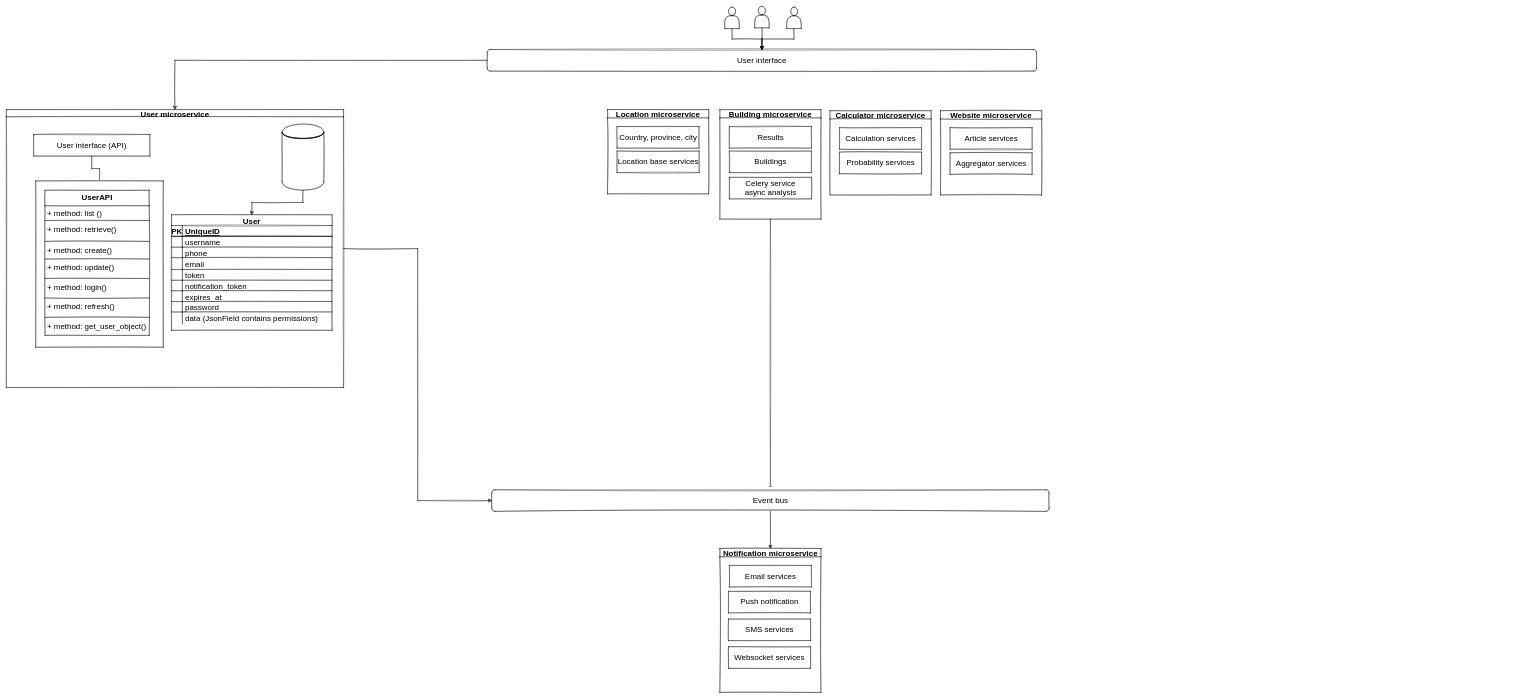
Earlier version of the draw.io diagram mita.drawio (sadeghesfahani/Blogify). Source tidied: cells renumbered, new cells numbered last; positions are measured from the earlier drawing's top-left corner, leaving out a move shared by most shapes. Both pictures are drawn from the tidied source at 36%, with x=0, y=0 at pixel (6, 6).
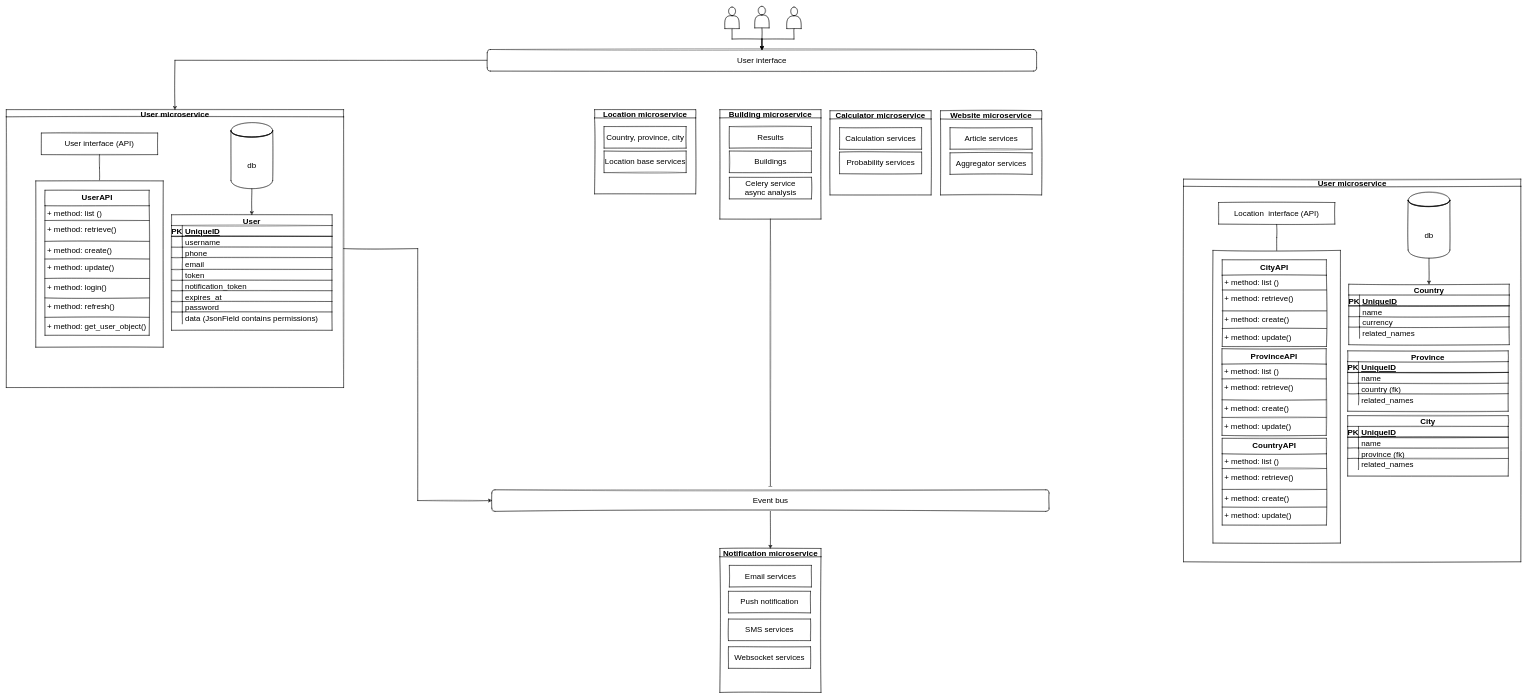
The same page after the edit.

The change refers to these unchanged cells:
```xml
<mxCell id="32" value="User microservice" style="swimlane;startSize=20;horizontal=1;containerType=tree;newEdgeStyle={&quot;edgeStyle&quot;:&quot;elbowEdgeStyle&quot;,&quot;startArrow&quot;:&quot;none&quot;,&quot;endArrow&quot;:&quot;none&quot;};glass=0;sketch=1;fontSize=22;" parent="1" vertex="1">
  <mxGeometry y="287" width="937" height="772" as="geometry" />
</mxCell>
```

Change to the diagram source:
```diff
@@
     <mxCell id="10" value="Location microservice" style="swimlane;sketch=1;fontSize=22;" parent="1" vertex="1">
-      <mxGeometry x="1670" y="287" width="281" height="234" as="geometry" />
+      <mxGeometry x="1634" y="287" width="281" height="234" as="geometry" />
     </mxCell>
@@
     <mxCell id="34" value="User interface (API)" style="whiteSpace=wrap;html=1;align=center;newEdgeStyle={&quot;edgeStyle&quot;:&quot;elbowEdgeStyle&quot;,&quot;startArrow&quot;:&quot;none&quot;,&quot;endArrow&quot;:&quot;none&quot;};glass=0;sketch=1;fontSize=22;" parent="32" vertex="1">
-      <mxGeometry x="76" y="69" width="323" height="60" as="geometry" />
+      <mxGeometry x="97.4" y="65" width="323" height="60" as="geometry" />
     </mxCell>
@@
-    <mxCell id="64" style="shape=datastore;whiteSpace=wrap;html=1;shadow=0;glass=0;sketch=1;fontSize=22;" parent="32" vertex="1">
-      <mxGeometry x="766" y="40" width="116" height="184" as="geometry" />
+    <mxCell id="64" value="db" style="shape=datastore;whiteSpace=wrap;html=1;shadow=0;glass=0;sketch=1;fontSize=22;" parent="32" vertex="1">
+      <mxGeometry x="624" y="36" width="116" height="184" as="geometry" />
     </mxCell>
@@
+    <mxCell id="81" value="User microservice" style="swimlane;startSize=20;horizontal=1;containerType=tree;newEdgeStyle={&quot;edgeStyle&quot;:&quot;elbowEdgeStyle&quot;,&quot;startArrow&quot;:&quot;none&quot;,&quot;endArrow&quot;:&quot;none&quot;};glass=0;sketch=1;fontSize=22;" parent="1" vertex="1">
+      <mxGeometry x="3270" y="480" width="937" height="1063" as="geometry" />
+    </mxCell>
+    <mxCell id="82" style="edgeStyle=elbowEdgeStyle;elbow=vertical;startArrow=none;endArrow=none;rounded=0;sketch=1;fontSize=22;" parent="81" edge="1" source="83" target="84">
+      <mxGeometry relative="1" as="geometry" />
+    </mxCell>
+    <mxCell id="83" value="Location&amp;nbsp; interface (API)" style="whiteSpace=wrap;html=1;align=center;newEdgeStyle={&quot;edgeStyle&quot;:&quot;elbowEdgeStyle&quot;,&quot;startArrow&quot;:&quot;none&quot;,&quot;endArrow&quot;:&quot;none&quot;};glass=0;sketch=1;fontSize=22;" parent="81" vertex="1">
+      <mxGeometry x="97.4" y="65" width="323" height="60" as="geometry" />
+    </mxCell>
+    <mxCell id="84" style="whiteSpace=wrap;html=1;align=center;verticalAlign=middle;newEdgeStyle={&quot;edgeStyle&quot;:&quot;elbowEdgeStyle&quot;,&quot;startArrow&quot;:&quot;none&quot;,&quot;endArrow&quot;:&quot;none&quot;};glass=0;sketch=1;fontSize=22;" parent="81" vertex="1">
+      <mxGeometry x="81.8" y="198" width="354.2" height="813" as="geometry" />
+    </mxCell>
+    <mxCell id="85" value="Country" style="shape=table;startSize=30;childLayout=tableLayout;rowLines=5;fontStyle=1;align=center;glass=0;sketch=1;fontSize=22;flipV=0;flipH=0;" parent="81" vertex="1">
+      <mxGeometry x="459" y="292" width="446" height="167.9" as="geometry" />
+    </mxCell>
+    <mxCell id="86" style="shape=tableRow;horizontal=0;startSize=0;swimlaneHead=0;swimlaneBody=0;fillColor=none;top=0;left=0;right=0;bottom=1;glass=0;sketch=1;fontSize=22;" parent="85" vertex="1">
+      <mxGeometry y="30" width="446" height="30" as="geometry" />
+    </mxCell>
+    <mxCell id="87" value="PK" style="shape=partialRectangle;fillColor=none;top=0;left=0;bottom=0;right=0;fontStyle=1;overflow=hidden;glass=0;sketch=1;fontSize=22;" parent="86" vertex="1">
+      <mxGeometry width="30" height="30" as="geometry" />
+    </mxCell>
+    <mxCell id="88" value="UniqueID" style="shape=partialRectangle;fillColor=none;top=0;left=0;bottom=0;right=0;align=left;spacingLeft=6;fontStyle=5;overflow=hidden;glass=0;sketch=1;fontSize=22;" parent="86" vertex="1">
+      <mxGeometry x="30" width="416" height="30" as="geometry" />
+    </mxCell>
+    <mxCell id="89" style="shape=tableRow;horizontal=0;startSize=0;swimlaneHead=0;swimlaneBody=0;fillColor=none;top=0;left=0;right=0;bottom=0;glass=0;sketch=1;fontSize=22;" parent="85" vertex="1">
+      <mxGeometry y="60" width="446" height="30" as="geometry" />
+    </mxCell>
+    <mxCell id="90" style="shape=partialRectangle;fillColor=none;top=0;left=0;bottom=0;right=0;overflow=hidden;glass=0;sketch=1;fontSize=22;" parent="89" vertex="1">
+      <mxGeometry width="30" height="30" as="geometry" />
+    </mxCell>
+    <mxCell id="91" value="name" style="shape=partialRectangle;fillColor=none;top=0;left=0;bottom=0;right=0;align=left;spacingLeft=6;overflow=hidden;glass=0;sketch=1;fontSize=22;" parent="89" vertex="1">
+      <mxGeometry x="30" width="416" height="30" as="geometry" />
+    </mxCell>
+    <mxCell id="92" style="shape=tableRow;horizontal=0;startSize=0;swimlaneHead=0;swimlaneBody=0;fillColor=none;top=0;left=0;right=0;bottom=0;glass=0;sketch=1;fontSize=22;" parent="85" vertex="1">
+      <mxGeometry y="90" width="446" height="29" as="geometry" />
+    </mxCell>
+    <mxCell id="93" style="shape=partialRectangle;fillColor=none;top=0;left=0;bottom=0;right=0;overflow=hidden;glass=0;sketch=1;fontSize=22;" parent="92" vertex="1">
+      <mxGeometry width="30" height="29" as="geometry" />
+    </mxCell>
+    <mxCell id="94" value="currency" style="shape=partialRectangle;fillColor=none;top=0;left=0;bottom=0;right=0;align=left;spacingLeft=6;overflow=hidden;glass=0;sketch=1;fontSize=22;shadow=0;" parent="92" vertex="1">
+      <mxGeometry x="30" width="416" height="29" as="geometry" />
+    </mxCell>
+    <mxCell id="95" style="shape=tableRow;horizontal=0;startSize=0;swimlaneHead=0;swimlaneBody=0;fillColor=none;top=0;left=0;right=0;bottom=0;glass=0;sketch=1;fontSize=22;" parent="85" vertex="1">
+      <mxGeometry y="119" width="446" height="31" as="geometry" />
+    </mxCell>
+    <mxCell id="96" value="&#10;&#10;&#10;" style="shape=partialRectangle;fillColor=none;top=0;left=0;bottom=0;right=0;overflow=hidden;glass=0;sketch=1;fontSize=22;" parent="95" vertex="1">
+      <mxGeometry width="30" height="31" as="geometry" />
+    </mxCell>
+    <mxCell id="97" value="related_names" style="shape=partialRectangle;fillColor=none;top=0;left=0;bottom=0;right=0;align=left;spacingLeft=6;overflow=hidden;glass=0;sketch=1;fontSize=22;" parent="95" vertex="1">
+      <mxGeometry x="30" width="416" height="31" as="geometry" />
+    </mxCell>
+    <mxCell id="98" value="db" style="shape=datastore;whiteSpace=wrap;html=1;shadow=0;glass=0;sketch=1;fontSize=22;" parent="81" vertex="1">
+      <mxGeometry x="624" y="36" width="116" height="184" as="geometry" />
+    </mxCell>
+    <mxCell id="99" value="CityAPI" style="swimlane;fontStyle=1;align=center;verticalAlign=top;horizontal=1;startSize=43;shadow=0;glass=0;sketch=1;fontSize=22;html=0;" parent="81" vertex="1">
+      <mxGeometry x="107.5" y="224" width="289.5" height="241" as="geometry" />
+    </mxCell>
+    <mxCell id="100" value="+ method: list ()" style="text;strokeColor=none;fillColor=none;align=left;verticalAlign=top;spacingLeft=4;spacingRight=4;overflow=hidden;points=[[0,0.5],[1,0.5]];portConstraint=eastwest;shadow=0;glass=0;sketch=1;fontSize=22;html=0;" parent="99" vertex="1">
+      <mxGeometry y="43" width="289.5" height="37" as="geometry" />
+    </mxCell>
+    <mxCell id="101" style="line;strokeWidth=1;fillColor=none;align=left;verticalAlign=middle;spacingTop=-1;spacingLeft=3;spacingRight=3;labelPosition=right;shadow=0;glass=0;sketch=1;fontSize=22;html=0;" parent="99" vertex="1">
+      <mxGeometry y="80" width="289.5" height="8" as="geometry" />
+    </mxCell>
+    <mxCell id="102" value="+ method: retrieve()" style="text;strokeColor=none;fillColor=none;align=left;verticalAlign=top;spacingLeft=4;spacingRight=4;overflow=hidden;shadow=0;glass=0;sketch=1;fontSize=22;html=0;" parent="99" vertex="1">
+      <mxGeometry y="88" width="289.5" height="50" as="geometry" />
+    </mxCell>
+    <mxCell id="103" style="line;strokeWidth=1;fillColor=none;align=left;verticalAlign=middle;spacingTop=-1;spacingLeft=3;spacingRight=3;labelPosition=right;shadow=0;glass=0;sketch=1;fontSize=22;html=0;" parent="99" vertex="1">
+      <mxGeometry y="138" width="289.5" height="8" as="geometry" />
+    </mxCell>
+    <mxCell id="104" value="+ method: create()" style="text;strokeColor=none;fillColor=none;align=left;verticalAlign=top;spacingLeft=4;spacingRight=4;overflow=hidden;shadow=0;glass=0;sketch=1;fontSize=22;html=0;" parent="99" vertex="1">
+      <mxGeometry y="146" width="289.5" height="41" as="geometry" />
+    </mxCell>
+    <mxCell id="105" style="line;strokeWidth=1;fillColor=none;align=left;verticalAlign=middle;spacingTop=-1;spacingLeft=3;spacingRight=3;labelPosition=right;shadow=0;glass=0;sketch=1;fontSize=22;html=0;" parent="99" vertex="1">
+      <mxGeometry y="187" width="289.5" height="8" as="geometry" />
+    </mxCell>
+    <mxCell id="106" value="+ method: update()" style="text;strokeColor=none;fillColor=none;align=left;verticalAlign=top;spacingLeft=4;spacingRight=4;overflow=hidden;shadow=0;glass=0;sketch=1;fontSize=22;html=0;" parent="99" vertex="1">
+      <mxGeometry y="195" width="289.5" height="46" as="geometry" />
+    </mxCell>
+    <mxCell id="107" style="edgeStyle=orthogonalEdgeStyle;rounded=0;sketch=1;orthogonalLoop=1;jettySize=auto;html=1;exitX=1;exitY=0.5;exitDx=0;exitDy=0;fontSize=22;" parent="99" edge="1" source="100" target="100">
+      <mxGeometry relative="1" as="geometry" />
+    </mxCell>
+    <mxCell id="108" style="edgeStyle=orthogonalEdgeStyle;rounded=0;sketch=1;jettySize=auto;html=1;fontSize=22;entryX=0.5;entryY=0;entryDx=0;entryDy=0;" parent="81" edge="1" source="98" target="85">
+      <mxGeometry relative="1" as="geometry" />
+    </mxCell>
+    <mxCell id="109" value="CountryAPI" style="swimlane;fontStyle=1;align=center;verticalAlign=top;horizontal=1;startSize=43;shadow=0;glass=0;sketch=1;fontSize=22;html=0;" parent="81" vertex="1">
+      <mxGeometry x="107.5" y="720" width="289.5" height="241" as="geometry" />
+    </mxCell>
+    <mxCell id="110" value="+ method: list ()" style="text;strokeColor=none;fillColor=none;align=left;verticalAlign=top;spacingLeft=4;spacingRight=4;overflow=hidden;points=[[0,0.5],[1,0.5]];portConstraint=eastwest;shadow=0;glass=0;sketch=1;fontSize=22;html=0;" parent="109" vertex="1">
+      <mxGeometry y="43" width="289.5" height="37" as="geometry" />
+    </mxCell>
+    <mxCell id="111" style="line;strokeWidth=1;fillColor=none;align=left;verticalAlign=middle;spacingTop=-1;spacingLeft=3;spacingRight=3;labelPosition=right;shadow=0;glass=0;sketch=1;fontSize=22;html=0;" parent="109" vertex="1">
+      <mxGeometry y="80" width="289.5" height="8" as="geometry" />
+    </mxCell>
+    <mxCell id="112" value="+ method: retrieve()" style="text;strokeColor=none;fillColor=none;align=left;verticalAlign=top;spacingLeft=4;spacingRight=4;overflow=hidden;shadow=0;glass=0;sketch=1;fontSize=22;html=0;" parent="109" vertex="1">
+      <mxGeometry y="88" width="289.5" height="50" as="geometry" />
+    </mxCell>
+    <mxCell id="113" style="line;strokeWidth=1;fillColor=none;align=left;verticalAlign=middle;spacingTop=-1;spacingLeft=3;spacingRight=3;labelPosition=right;shadow=0;glass=0;sketch=1;fontSize=22;html=0;" parent="109" vertex="1">
+      <mxGeometry y="138" width="289.5" height="8" as="geometry" />
+    </mxCell>
+    <mxCell id="114" value="+ method: create()" style="text;strokeColor=none;fillColor=none;align=left;verticalAlign=top;spacingLeft=4;spacingRight=4;overflow=hidden;shadow=0;glass=0;sketch=1;fontSize=22;html=0;" parent="109" vertex="1">
+      <mxGeometry y="146" width="289.5" height="41" as="geometry" />
+    </mxCell>
+    <mxCell id="115" style="line;strokeWidth=1;fillColor=none;align=left;verticalAlign=middle;spacingTop=-1;spacingLeft=3;spacingRight=3;labelPosition=right;shadow=0;glass=0;sketch=1;fontSize=22;html=0;" parent="109" vertex="1">
+      <mxGeometry y="187" width="289.5" height="8" as="geometry" />
+    </mxCell>
+    <mxCell id="116" value="+ method: update()" style="text;strokeColor=none;fillColor=none;align=left;verticalAlign=top;spacingLeft=4;spacingRight=4;overflow=hidden;shadow=0;glass=0;sketch=1;fontSize=22;html=0;" parent="109" vertex="1">
+      <mxGeometry y="195" width="289.5" height="46" as="geometry" />
+    </mxCell>
+    <mxCell id="117" style="edgeStyle=orthogonalEdgeStyle;rounded=0;sketch=1;orthogonalLoop=1;jettySize=auto;html=1;exitX=1;exitY=0.5;exitDx=0;exitDy=0;fontSize=22;" parent="109" edge="1" source="110" target="110">
+      <mxGeometry relative="1" as="geometry" />
+    </mxCell>
+    <mxCell id="118" value="Province" style="shape=table;startSize=30;childLayout=tableLayout;rowLines=5;fontStyle=1;align=center;glass=0;sketch=1;fontSize=22;flipV=0;flipH=0;" parent="81" vertex="1">
+      <mxGeometry x="456" y="477" width="446" height="167.9" as="geometry" />
+    </mxCell>
+    <mxCell id="119" style="shape=tableRow;horizontal=0;startSize=0;swimlaneHead=0;swimlaneBody=0;fillColor=none;top=0;left=0;right=0;bottom=1;glass=0;sketch=1;fontSize=22;" parent="118" vertex="1">
+      <mxGeometry y="30" width="446" height="30" as="geometry" />
+    </mxCell>
+    <mxCell id="120" value="PK" style="shape=partialRectangle;fillColor=none;top=0;left=0;bottom=0;right=0;fontStyle=1;overflow=hidden;glass=0;sketch=1;fontSize=22;" parent="119" vertex="1">
+      <mxGeometry width="30" height="30" as="geometry" />
+    </mxCell>
+    <mxCell id="121" value="UniqueID" style="shape=partialRectangle;fillColor=none;top=0;left=0;bottom=0;right=0;align=left;spacingLeft=6;fontStyle=5;overflow=hidden;glass=0;sketch=1;fontSize=22;" parent="119" vertex="1">
+      <mxGeometry x="30" width="416" height="30" as="geometry" />
+    </mxCell>
+    <mxCell id="122" style="shape=tableRow;horizontal=0;startSize=0;swimlaneHead=0;swimlaneBody=0;fillColor=none;top=0;left=0;right=0;bottom=0;glass=0;sketch=1;fontSize=22;" parent="118" vertex="1">
+      <mxGeometry y="60" width="446" height="30" as="geometry" />
+    </mxCell>
+    <mxCell id="123" style="shape=partialRectangle;fillColor=none;top=0;left=0;bottom=0;right=0;overflow=hidden;glass=0;sketch=1;fontSize=22;" parent="122" vertex="1">
+      <mxGeometry width="30" height="30" as="geometry" />
+    </mxCell>
+    <mxCell id="124" value="name" style="shape=partialRectangle;fillColor=none;top=0;left=0;bottom=0;right=0;align=left;spacingLeft=6;overflow=hidden;glass=0;sketch=1;fontSize=22;" parent="122" vertex="1">
+      <mxGeometry x="30" width="416" height="30" as="geometry" />
+    </mxCell>
+    <mxCell id="125" style="shape=tableRow;horizontal=0;startSize=0;swimlaneHead=0;swimlaneBody=0;fillColor=none;top=0;left=0;right=0;bottom=0;glass=0;sketch=1;fontSize=22;" parent="118" vertex="1">
+      <mxGeometry y="90" width="446" height="29" as="geometry" />
+    </mxCell>
+    <mxCell id="126" style="shape=partialRectangle;fillColor=none;top=0;left=0;bottom=0;right=0;overflow=hidden;glass=0;sketch=1;fontSize=22;" parent="125" vertex="1">
+      <mxGeometry width="30" height="29" as="geometry" />
+    </mxCell>
+    <mxCell id="127" value="country (fk)" style="shape=partialRectangle;fillColor=none;top=0;left=0;bottom=0;right=0;align=left;spacingLeft=6;overflow=hidden;glass=0;sketch=1;fontSize=22;shadow=0;" parent="125" vertex="1">
+      <mxGeometry x="30" width="416" height="29" as="geometry" />
+    </mxCell>
+    <mxCell id="128" style="shape=tableRow;horizontal=0;startSize=0;swimlaneHead=0;swimlaneBody=0;fillColor=none;top=0;left=0;right=0;bottom=0;glass=0;sketch=1;fontSize=22;" parent="118" vertex="1">
+      <mxGeometry y="119" width="446" height="31" as="geometry" />
+    </mxCell>
+    <mxCell id="129" value="&#10;&#10;&#10;" style="shape=partialRectangle;fillColor=none;top=0;left=0;bottom=0;right=0;overflow=hidden;glass=0;sketch=1;fontSize=22;" parent="128" vertex="1">
+      <mxGeometry width="30" height="31" as="geometry" />
+    </mxCell>
+    <mxCell id="130" value="related_names" style="shape=partialRectangle;fillColor=none;top=0;left=0;bottom=0;right=0;align=left;spacingLeft=6;overflow=hidden;glass=0;sketch=1;fontSize=22;" parent="128" vertex="1">
+      <mxGeometry x="30" width="416" height="31" as="geometry" />
+    </mxCell>
+    <mxCell id="131" value="City" style="shape=table;startSize=30;childLayout=tableLayout;rowLines=5;fontStyle=1;align=center;glass=0;sketch=1;fontSize=22;flipV=0;flipH=0;" parent="81" vertex="1">
+      <mxGeometry x="456" y="657" width="446" height="167.9" as="geometry" />
+    </mxCell>
+    <mxCell id="132" style="shape=tableRow;horizontal=0;startSize=0;swimlaneHead=0;swimlaneBody=0;fillColor=none;top=0;left=0;right=0;bottom=1;glass=0;sketch=1;fontSize=22;" parent="131" vertex="1">
+      <mxGeometry y="30" width="446" height="30" as="geometry" />
+    </mxCell>
+    <mxCell id="133" value="PK" style="shape=partialRectangle;fillColor=none;top=0;left=0;bottom=0;right=0;fontStyle=1;overflow=hidden;glass=0;sketch=1;fontSize=22;" parent="132" vertex="1">
+      <mxGeometry width="30" height="30" as="geometry" />
+    </mxCell>
+    <mxCell id="134" value="UniqueID" style="shape=partialRectangle;fillColor=none;top=0;left=0;bottom=0;right=0;align=left;spacingLeft=6;fontStyle=5;overflow=hidden;glass=0;sketch=1;fontSize=22;" parent="132" vertex="1">
+      <mxGeometry x="30" width="416" height="30" as="geometry" />
+    </mxCell>
+    <mxCell id="135" style="shape=tableRow;horizontal=0;startSize=0;swimlaneHead=0;swimlaneBody=0;fillColor=none;top=0;left=0;right=0;bottom=0;glass=0;sketch=1;fontSize=22;" parent="131" vertex="1">
+      <mxGeometry y="60" width="446" height="30" as="geometry" />
+    </mxCell>
+    <mxCell id="136" style="shape=partialRectangle;fillColor=none;top=0;left=0;bottom=0;right=0;overflow=hidden;glass=0;sketch=1;fontSize=22;" parent="135" vertex="1">
+      <mxGeometry width="30" height="30" as="geometry" />
+    </mxCell>
+    <mxCell id="137" value="name" style="shape=partialRectangle;fillColor=none;top=0;left=0;bottom=0;right=0;align=left;spacingLeft=6;overflow=hidden;glass=0;sketch=1;fontSize=22;" parent="135" vertex="1">
+      <mxGeometry x="30" width="416" height="30" as="geometry" />
+    </mxCell>
+    <mxCell id="138" style="shape=tableRow;horizontal=0;startSize=0;swimlaneHead=0;swimlaneBody=0;fillColor=none;top=0;left=0;right=0;bottom=0;glass=0;sketch=1;fontSize=22;" parent="131" vertex="1">
+      <mxGeometry y="90" width="446" height="29" as="geometry" />
+    </mxCell>
+    <mxCell id="139" style="shape=partialRectangle;fillColor=none;top=0;left=0;bottom=0;right=0;overflow=hidden;glass=0;sketch=1;fontSize=22;" parent="138" vertex="1">
+      <mxGeometry width="30" height="29" as="geometry" />
+    </mxCell>
+    <mxCell id="140" value="province (fk)" style="shape=partialRectangle;fillColor=none;top=0;left=0;bottom=0;right=0;align=left;spacingLeft=6;overflow=hidden;glass=0;sketch=1;fontSize=22;shadow=0;" parent="138" vertex="1">
+      <mxGeometry x="30" width="416" height="29" as="geometry" />
+    </mxCell>
+    <mxCell id="141" style="shape=tableRow;horizontal=0;startSize=0;swimlaneHead=0;swimlaneBody=0;fillColor=none;top=0;left=0;right=0;bottom=0;glass=0;sketch=1;fontSize=22;" parent="131" vertex="1">
+      <mxGeometry y="119" width="446" height="31" as="geometry" />
+    </mxCell>
+    <mxCell id="142" value="&#10;&#10;&#10;" style="shape=partialRectangle;fillColor=none;top=0;left=0;bottom=0;right=0;overflow=hidden;glass=0;sketch=1;fontSize=22;" parent="141" vertex="1">
+      <mxGeometry width="30" height="31" as="geometry" />
+    </mxCell>
+    <mxCell id="143" value="related_names" style="shape=partialRectangle;fillColor=none;top=0;left=0;bottom=0;right=0;align=left;spacingLeft=6;overflow=hidden;glass=0;sketch=1;fontSize=22;" parent="141" vertex="1">
+      <mxGeometry x="30" width="416" height="31" as="geometry" />
+    </mxCell>
+    <mxCell id="144" value="ProvinceAPI" style="swimlane;fontStyle=1;align=center;verticalAlign=top;horizontal=1;startSize=43;shadow=0;glass=0;sketch=1;fontSize=22;html=0;" parent="1" vertex="1">
+      <mxGeometry x="3377" y="951" width="289.5" height="241" as="geometry" />
+    </mxCell>
+    <mxCell id="145" value="+ method: list ()" style="text;strokeColor=none;fillColor=none;align=left;verticalAlign=top;spacingLeft=4;spacingRight=4;overflow=hidden;points=[[0,0.5],[1,0.5]];portConstraint=eastwest;shadow=0;glass=0;sketch=1;fontSize=22;html=0;" parent="144" vertex="1">
+      <mxGeometry y="43" width="289.5" height="37" as="geometry" />
+    </mxCell>
+    <mxCell id="146" style="line;strokeWidth=1;fillColor=none;align=left;verticalAlign=middle;spacingTop=-1;spacingLeft=3;spacingRight=3;labelPosition=right;shadow=0;glass=0;sketch=1;fontSize=22;html=0;" parent="144" vertex="1">
+      <mxGeometry y="80" width="289.5" height="8" as="geometry" />
+    </mxCell>
+    <mxCell id="147" value="+ method: retrieve()" style="text;strokeColor=none;fillColor=none;align=left;verticalAlign=top;spacingLeft=4;spacingRight=4;overflow=hidden;shadow=0;glass=0;sketch=1;fontSize=22;html=0;" parent="144" vertex="1">
+      <mxGeometry y="88" width="289.5" height="50" as="geometry" />
+    </mxCell>
+    <mxCell id="148" style="line;strokeWidth=1;fillColor=none;align=left;verticalAlign=middle;spacingTop=-1;spacingLeft=3;spacingRight=3;labelPosition=right;shadow=0;glass=0;sketch=1;fontSize=22;html=0;" parent="144" vertex="1">
+      <mxGeometry y="138" width="289.5" height="8" as="geometry" />
+    </mxCell>
+    <mxCell id="149" value="+ method: create()" style="text;strokeColor=none;fillColor=none;align=left;verticalAlign=top;spacingLeft=4;spacingRight=4;overflow=hidden;shadow=0;glass=0;sketch=1;fontSize=22;html=0;" parent="144" vertex="1">
+      <mxGeometry y="146" width="289.5" height="41" as="geometry" />
+    </mxCell>
+    <mxCell id="150" style="line;strokeWidth=1;fillColor=none;align=left;verticalAlign=middle;spacingTop=-1;spacingLeft=3;spacingRight=3;labelPosition=right;shadow=0;glass=0;sketch=1;fontSize=22;html=0;" parent="144" vertex="1">
+      <mxGeometry y="187" width="289.5" height="8" as="geometry" />
+    </mxCell>
+    <mxCell id="151" value="+ method: update()" style="text;strokeColor=none;fillColor=none;align=left;verticalAlign=top;spacingLeft=4;spacingRight=4;overflow=hidden;shadow=0;glass=0;sketch=1;fontSize=22;html=0;" parent="144" vertex="1">
+      <mxGeometry y="195" width="289.5" height="46" as="geometry" />
+    </mxCell>
+    <mxCell id="152" style="edgeStyle=orthogonalEdgeStyle;rounded=0;sketch=1;orthogonalLoop=1;jettySize=auto;html=1;exitX=1;exitY=0.5;exitDx=0;exitDy=0;fontSize=22;" parent="144" edge="1" source="145" target="145">
+      <mxGeometry relative="1" as="geometry" />
+    </mxCell>
```
